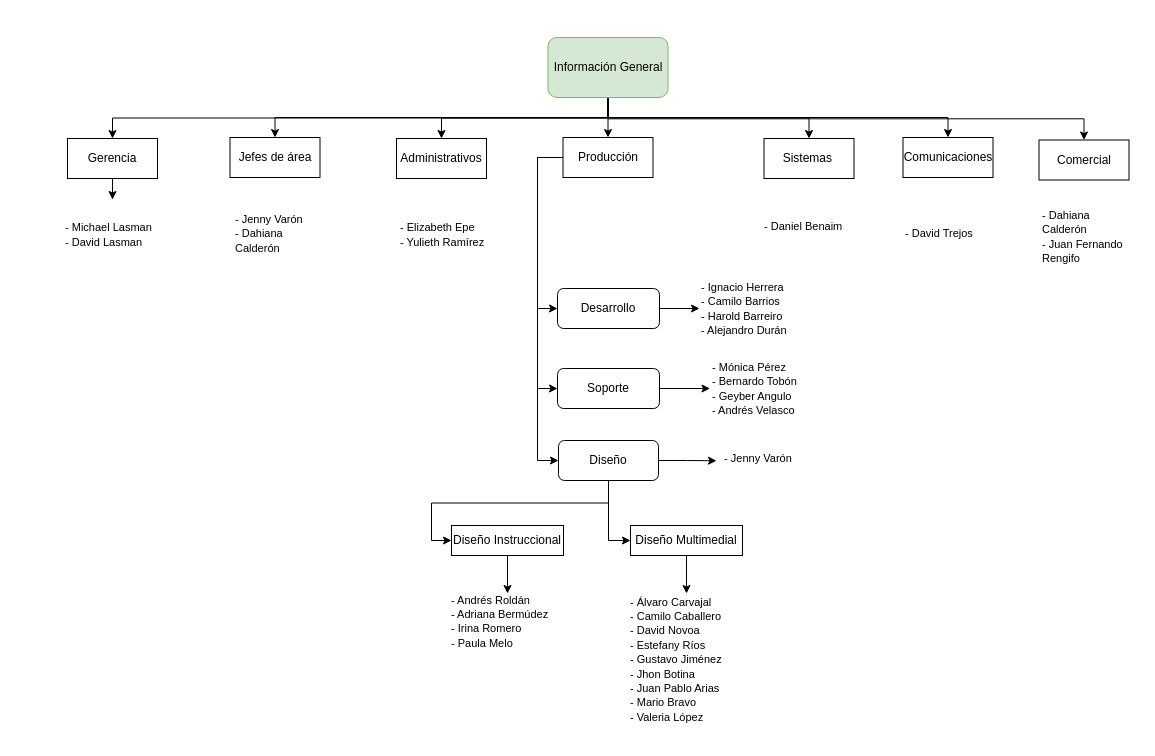
Earlier version of the draw.io diagram areas_sistel.drawio (paulamelo1994/punto1). Source tidied: cells renumbered, new cells numbered last; positions are measured from the earlier drawing's top-left corner, leaving out a move shared by most shapes. Both pictures are drawn from the tidied source at 100%, with x=0, y=0 at pixel (63, 37).
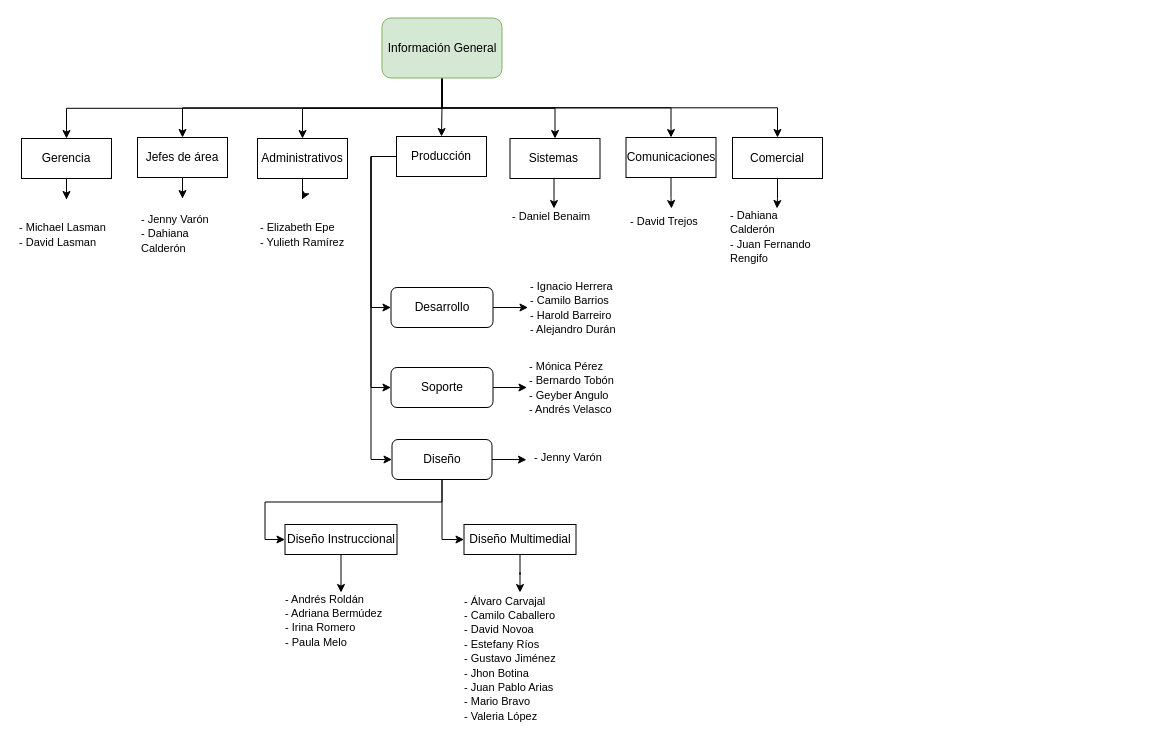
Above is the later version.

Diff of the diagram source:
```diff
@@
     <mxCell id="9" value="Información General" style="rounded=1;whiteSpace=wrap;html=1;fillColor=#d5e8d4;strokeColor=#82b366;" parent="1" vertex="1">
-      <mxGeometry x="484.5" width="120" height="60" as="geometry" />
+      <mxGeometry x="318.5" y="-19.5" width="120" height="60" as="geometry" />
     </mxCell>
@@
     <mxCell id="11" value="Gerencia" style="rounded=0;whiteSpace=wrap;html=1;" parent="1" vertex="1">
-      <mxGeometry x="4" y="101" width="90" height="40" as="geometry" />
+      <mxGeometry x="-42" y="101" width="90" height="40" as="geometry" />
     </mxCell>
+    <mxCell id="44" style="edgeStyle=orthogonalEdgeStyle;rounded=0;jettySize=auto;html=1;exitX=0.5;exitY=1;exitDx=0;exitDy=0;" parent="1" edge="1" source="12" target="34">
+      <mxGeometry relative="1" as="geometry" />
+    </mxCell>
     <mxCell id="12" value="Jefes de área" style="rounded=0;whiteSpace=wrap;html=1;" parent="1" vertex="1">
-      <mxGeometry x="166.5" y="100" width="90" height="40" as="geometry" />
+      <mxGeometry x="74" y="100" width="90" height="40" as="geometry" />
     </mxCell>
+    <mxCell id="45" style="edgeStyle=orthogonalEdgeStyle;rounded=0;jettySize=auto;html=1;exitX=0.5;exitY=1;exitDx=0;exitDy=0;" parent="1" edge="1" source="13" target="35">
+      <mxGeometry relative="1" as="geometry" />
+    </mxCell>
     <mxCell id="13" value="Administrativos" style="rounded=0;whiteSpace=wrap;html=1;" parent="1" vertex="1">
-      <mxGeometry x="333" y="101" width="90" height="40" as="geometry" />
+      <mxGeometry x="194" y="101" width="90" height="40" as="geometry" />
     </mxCell>
+    <mxCell id="46" style="edgeStyle=orthogonalEdgeStyle;rounded=0;jettySize=auto;html=1;entryX=0.5;entryY=0;entryDx=0;entryDy=0;" parent="1" edge="1" source="14" target="38">
+      <mxGeometry relative="1" as="geometry" />
+    </mxCell>
     <mxCell id="14" value="Comercial" style="rounded=0;whiteSpace=wrap;html=1;" parent="1" vertex="1">
-      <mxGeometry x="975.5" y="102.5" width="90" height="40" as="geometry" />
+      <mxGeometry x="669" y="100" width="90" height="41" as="geometry" />
     </mxCell>
+    <mxCell id="47" style="edgeStyle=orthogonalEdgeStyle;rounded=0;jettySize=auto;html=1;exitX=0.5;exitY=1;exitDx=0;exitDy=0;entryX=0.5;entryY=0;entryDx=0;entryDy=0;" parent="1" edge="1" source="15" target="36">
+      <mxGeometry relative="1" as="geometry" />
+    </mxCell>
     <mxCell id="15" value="Sistemas&amp;nbsp;" style="rounded=0;whiteSpace=wrap;html=1;fontStyle=0;" parent="1" vertex="1">
-      <mxGeometry x="700.5" y="101" width="90" height="40" as="geometry" />
+      <mxGeometry x="446.5" y="101" width="90" height="40" as="geometry" />
     </mxCell>
+    <mxCell id="48" style="edgeStyle=orthogonalEdgeStyle;rounded=0;jettySize=auto;html=1;exitX=0.5;exitY=1;exitDx=0;exitDy=0;" parent="1" edge="1" source="16" target="37">
+      <mxGeometry relative="1" as="geometry" />
+    </mxCell>
     <mxCell id="16" value="Comunicaciones" style="rounded=0;whiteSpace=wrap;html=1;" parent="1" vertex="1">
-      <mxGeometry x="839.5" y="100" width="90" height="40" as="geometry" />
+      <mxGeometry x="562.5" y="100" width="90" height="40" as="geometry" />
     </mxCell>
     <mxCell id="17" style="edgeStyle=orthogonalEdgeStyle;rounded=0;jettySize=auto;html=1;exitX=0;exitY=0.5;exitDx=0;exitDy=0;entryX=0;entryY=0.5;entryDx=0;entryDy=0;" parent="1" edge="1" source="20" target="22">
       <mxGeometry relative="1" as="geometry">
         <Array as="points">
-          <mxPoint x="474" y="120" />
-          <mxPoint x="474" y="271" />
+          <mxPoint x="307.5" y="119" />
+          <mxPoint x="307.5" y="270" />
         </Array>
       </mxGeometry>
     </mxCell>
     <mxCell id="18" style="edgeStyle=orthogonalEdgeStyle;rounded=0;jettySize=auto;html=1;exitX=0;exitY=0.5;exitDx=0;exitDy=0;entryX=0;entryY=0.5;entryDx=0;entryDy=0;" parent="1" edge="1" source="20" target="24">
       <mxGeometry relative="1" as="geometry">
         <Array as="points">
-          <mxPoint x="474" y="120" />
-          <mxPoint x="474" y="351" />
+          <mxPoint x="307.5" y="119" />
+          <mxPoint x="307.5" y="350" />
         </Array>
       </mxGeometry>
     </mxCell>
     <mxCell id="19" style="edgeStyle=orthogonalEdgeStyle;rounded=0;jettySize=auto;html=1;exitX=0;exitY=0.5;exitDx=0;exitDy=0;entryX=0;entryY=0.5;entryDx=0;entryDy=0;" parent="1" edge="1" source="20" target="28">
       <mxGeometry relative="1" as="geometry">
         <Array as="points">
-          <mxPoint x="474" y="120" />
-          <mxPoint x="474" y="423" />
+          <mxPoint x="307.5" y="119" />
+          <mxPoint x="307.5" y="422" />
         </Array>
       </mxGeometry>
     </mxCell>
     <mxCell id="20" value="Producción" style="rounded=0;whiteSpace=wrap;html=1;" parent="1" vertex="1">
-      <mxGeometry x="499.5" y="100" width="90" height="40" as="geometry" />
+      <mxGeometry x="333" y="99" width="90" height="40" as="geometry" />
     </mxCell>
@@
     <mxCell id="22" value="Desarrollo" style="rounded=1;whiteSpace=wrap;html=1;" parent="1" vertex="1">
-      <mxGeometry x="494" y="251" width="102" height="40" as="geometry" />
+      <mxGeometry x="327.5" y="250" width="102" height="40" as="geometry" />
     </mxCell>
-    <mxCell id="23" style="edgeStyle=orthogonalEdgeStyle;rounded=0;jettySize=auto;html=1;entryX=0;entryY=0.5;entryDx=0;entryDy=0;" parent="1" edge="1" source="24" target="40">
+    <mxCell id="23" style="edgeStyle=orthogonalEdgeStyle;rounded=0;jettySize=auto;html=1;exitX=1;exitY=0.5;exitDx=0;exitDy=0;entryX=0;entryY=0.5;entryDx=0;entryDy=0;" parent="1" edge="1" source="24" target="40">
       <mxGeometry relative="1" as="geometry" />
     </mxCell>
     <mxCell id="24" value="Soporte" style="rounded=1;whiteSpace=wrap;html=1;" parent="1" vertex="1">
-      <mxGeometry x="494" y="331" width="102" height="40" as="geometry" />
+      <mxGeometry x="327.5" y="330" width="102" height="40" as="geometry" />
     </mxCell>
@@
     <mxCell id="28" value="Diseño" style="rounded=1;whiteSpace=wrap;html=1;" parent="1" vertex="1">
-      <mxGeometry x="495" y="403" width="100" height="40" as="geometry" />
+      <mxGeometry x="328.5" y="402" width="100" height="40" as="geometry" />
     </mxCell>
@@
     <mxCell id="30" value="Diseño Multimedial" style="rounded=0;whiteSpace=wrap;html=1;" parent="1" vertex="1">
-      <mxGeometry x="567" y="488" width="112" height="30" as="geometry" />
+      <mxGeometry x="400.5" y="487" width="112" height="30" as="geometry" />
     </mxCell>
@@
     <mxCell id="32" value="Diseño Instruccional" style="rounded=0;whiteSpace=wrap;html=1;" parent="1" vertex="1">
-      <mxGeometry x="388" y="488" width="112" height="30" as="geometry" />
+      <mxGeometry x="221.5" y="487" width="112" height="30" as="geometry" />
     </mxCell>
     <mxCell id="33" value="&lt;font style=&quot;font-size: 11px&quot;&gt;&lt;span&gt;- Michael Lasman&lt;/span&gt;&lt;br&gt;&lt;span&gt;- David Lasman&lt;/span&gt;&lt;/font&gt;" style="text;html=1;align=left;verticalAlign=middle;whiteSpace=wrap;rounded=0;dashed=1;strokeWidth=2;" parent="1" vertex="1">
-      <mxGeometry x="-0.5" y="162" width="99" height="70" as="geometry" />
+      <mxGeometry x="-46.5" y="162" width="99" height="70" as="geometry" />
     </mxCell>
     <mxCell id="34" value="&lt;font style=&quot;font-size: 11px&quot;&gt;- Jenny Varón&lt;br&gt;- Dahiana Calderón&lt;br&gt;&lt;/font&gt;" style="text;html=1;align=left;verticalAlign=middle;whiteSpace=wrap;rounded=0;dashed=1;strokeWidth=2;" parent="1" vertex="1">
-      <mxGeometry x="170" y="161" width="87" height="70" as="geometry" />
+      <mxGeometry x="75.5" y="161" width="87" height="70" as="geometry" />
     </mxCell>
     <mxCell id="35" value="&lt;font style=&quot;font-size: 11px&quot;&gt;- Elizabeth Epe&lt;br&gt;- Yulieth Ramírez&lt;br&gt;&lt;/font&gt;" style="text;html=1;align=left;verticalAlign=middle;whiteSpace=wrap;rounded=0;dashed=1;strokeWidth=2;" parent="1" vertex="1">
-      <mxGeometry x="335" y="162" width="87" height="70" as="geometry" />
+      <mxGeometry x="195" y="162" width="87" height="70" as="geometry" />
     </mxCell>
     <mxCell id="36" value="&lt;font style=&quot;font-size: 11px&quot;&gt;- Daniel Benaim&lt;br&gt;&lt;br&gt;&lt;/font&gt;" style="text;html=1;align=left;verticalAlign=middle;whiteSpace=wrap;rounded=0;dashed=1;strokeWidth=2;" parent="1" vertex="1">
-      <mxGeometry x="698.5" y="161" width="87" height="70" as="geometry" />
+      <mxGeometry x="447" y="171" width="87" height="30" as="geometry" />
     </mxCell>
     <mxCell id="37" value="&lt;font style=&quot;font-size: 11px&quot;&gt;- David Trejos&lt;br&gt;&lt;/font&gt;" style="text;html=1;align=left;verticalAlign=middle;whiteSpace=wrap;rounded=0;dashed=1;strokeWidth=2;" parent="1" vertex="1">
-      <mxGeometry x="839.5" y="161" width="87" height="70" as="geometry" />
+      <mxGeometry x="564.5" y="171" width="87" height="25" as="geometry" />
     </mxCell>
     <mxCell id="38" value="&lt;font style=&quot;font-size: 11px&quot;&gt;- Dahiana Calderón&lt;br&gt;- Juan Fernando Rengifo&lt;br&gt;&lt;/font&gt;" style="text;html=1;align=left;verticalAlign=middle;whiteSpace=wrap;rounded=0;dashed=1;strokeWidth=2;" parent="1" vertex="1">
-      <mxGeometry x="977" y="164" width="97" height="70" as="geometry" />
+      <mxGeometry x="665" y="171" width="97" height="56" as="geometry" />
     </mxCell>
     <mxCell id="39" value="&lt;font style=&quot;font-size: 11px&quot;&gt;- Ignacio Herrera&lt;br&gt;- Camilo Barrios&lt;br&gt;- Harold Barreiro&lt;br&gt;- Alejandro Durán&lt;br&gt;&lt;/font&gt;" style="text;html=1;align=left;verticalAlign=middle;whiteSpace=wrap;rounded=0;dashed=1;strokeWidth=2;" parent="1" vertex="1">
-      <mxGeometry x="636" y="236" width="99" height="70" as="geometry" />
+      <mxGeometry x="464.5" y="235" width="99" height="70" as="geometry" />
     </mxCell>
     <mxCell id="40" value="&lt;font style=&quot;font-size: 11px&quot;&gt;- Mónica Pérez&lt;br&gt;- Bernardo Tobón&lt;br&gt;- Geyber Angulo&lt;br&gt;- Andrés Velasco&lt;br&gt;&lt;/font&gt;" style="text;html=1;align=left;verticalAlign=middle;whiteSpace=wrap;rounded=0;dashed=1;strokeWidth=2;" parent="1" vertex="1">
-      <mxGeometry x="646.5" y="316" width="99" height="70" as="geometry" />
+      <mxGeometry x="463.5" y="315" width="99" height="70" as="geometry" />
     </mxCell>
     <mxCell id="41" value="&lt;font style=&quot;font-size: 11px&quot;&gt;- Andrés Roldán&lt;br&gt;- Adriana Bermúdez&lt;br&gt;- Irina Romero&lt;br&gt;- Paula Melo&lt;br&gt;&lt;br&gt;&lt;/font&gt;" style="text;html=1;align=left;verticalAlign=middle;whiteSpace=wrap;rounded=0;dashed=1;strokeWidth=2;" parent="1" vertex="1">
-      <mxGeometry x="386" y="556" width="116" height="70" as="geometry" />
+      <mxGeometry x="219.5" y="555" width="116" height="70" as="geometry" />
     </mxCell>
     <mxCell id="42" value="&lt;font style=&quot;font-size: 11px&quot;&gt;&amp;nbsp; - Jenny Varón&lt;br&gt;&lt;br&gt;&lt;/font&gt;" style="text;html=1;align=left;verticalAlign=middle;whiteSpace=wrap;rounded=0;dashed=1;strokeWidth=2;" parent="1" vertex="1">
-      <mxGeometry x="653" y="419" width="99" height="17" as="geometry" />
+      <mxGeometry x="463" y="418" width="99" height="17" as="geometry" />
     </mxCell>
     <mxCell id="43" value="&lt;font style=&quot;font-size: 11px&quot;&gt;- Álvaro Carvajal&lt;br&gt;- Camilo Caballero&lt;br&gt;- David Novoa&lt;br&gt;- Estefany Ríos&lt;br&gt;- Gustavo Jiménez&lt;br&gt;- Jhon Botina&lt;br&gt;- Juan Pablo Arias&lt;br&gt;- Mario Bravo&lt;br&gt;- Valeria López&lt;br&gt;&lt;br&gt;&lt;/font&gt;" style="text;html=1;align=left;verticalAlign=middle;whiteSpace=wrap;rounded=0;dashed=1;strokeWidth=2;" parent="1" vertex="1">
-      <mxGeometry x="565" y="556" width="116" height="145" as="geometry" />
+      <mxGeometry x="398.5" y="555" width="116" height="145" as="geometry" />
     </mxCell>
```
